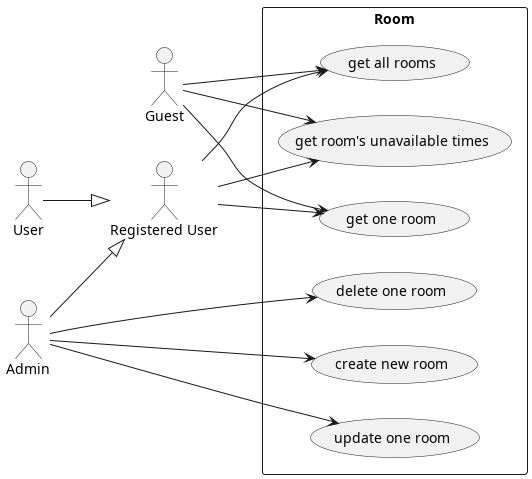
Earlier version of the PlantUML export diagrams/usecase/room/room.png (TeaChanathip/SwDev-Project).
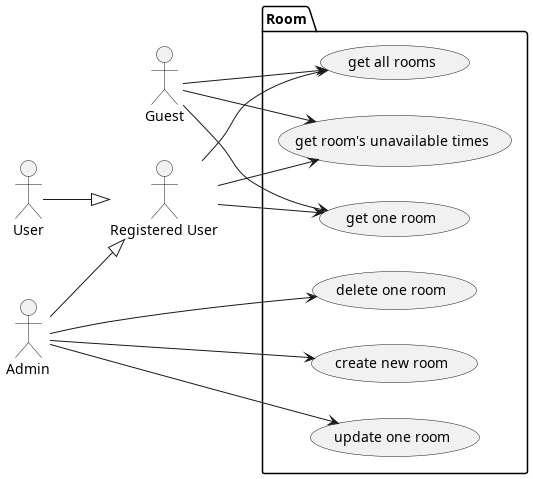
Above is the later version.

Change to the diagram source:
```diff
@@ -9,7 +9,7 @@
 User --|> "Registered User"
 Admin --|> "Registered User"
 
-rectangle "Room" {
+package "Room" {
     usecase "create new room" as RoomUC1
     usecase "get one room" as RoomUC2
     usecase "get all rooms" as RoomUC3
```
